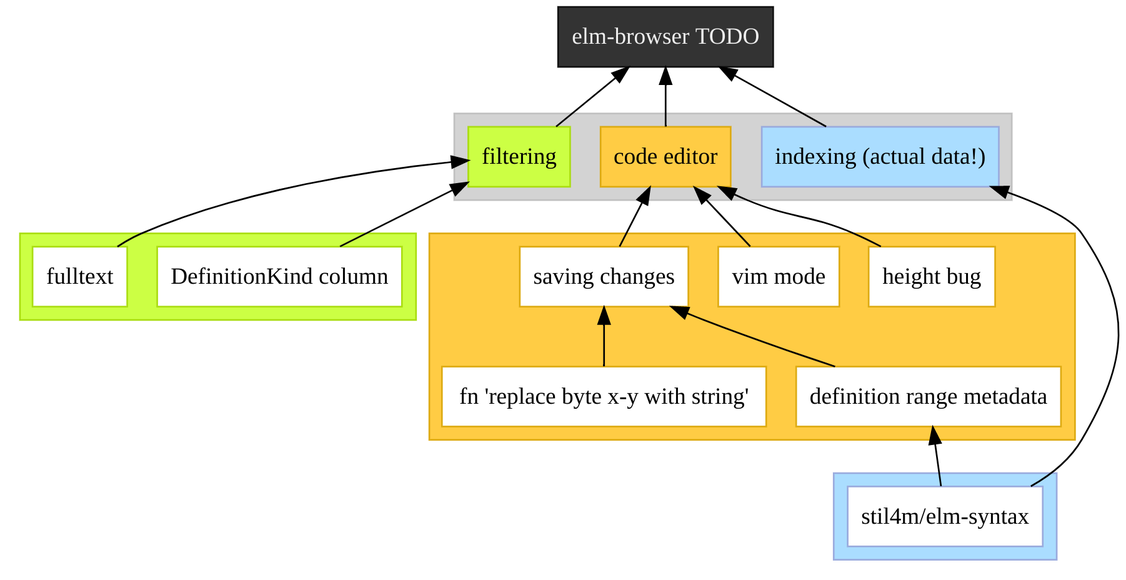
Janiczek/elm-browser keeps this Graphviz diagram as resources/readme/todo.png. Above is the earlier version. Its source is kept beside it as todo.dot.
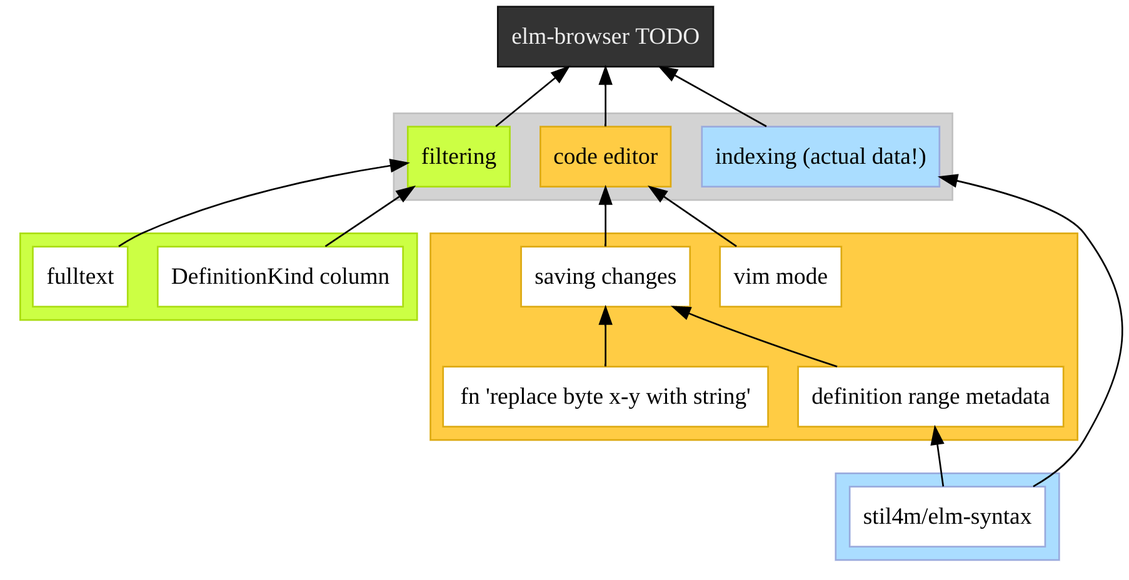
Above is the later version.

What changed in the source:
```diff
@@ -44,10 +44,9 @@
   fillcolor="#ffcc44";
   node [style=filled,color="#ddaa11", fillcolor=white];
 
-  {rank=same "saving changes" "height bug" "vim mode"}
+  {rank=same "saving changes" "vim mode"}
 
   "saving changes";
-  "height bug";
   "vim mode";
 
   "definition range metadata" -> "saving changes";
@@ -56,7 +55,6 @@
 }
 
 "saving changes" -> "code editor";
-"height bug" -> "code editor";
 "vim mode" -> "code editor";
 
 subgraph cluster_indexing {
```
